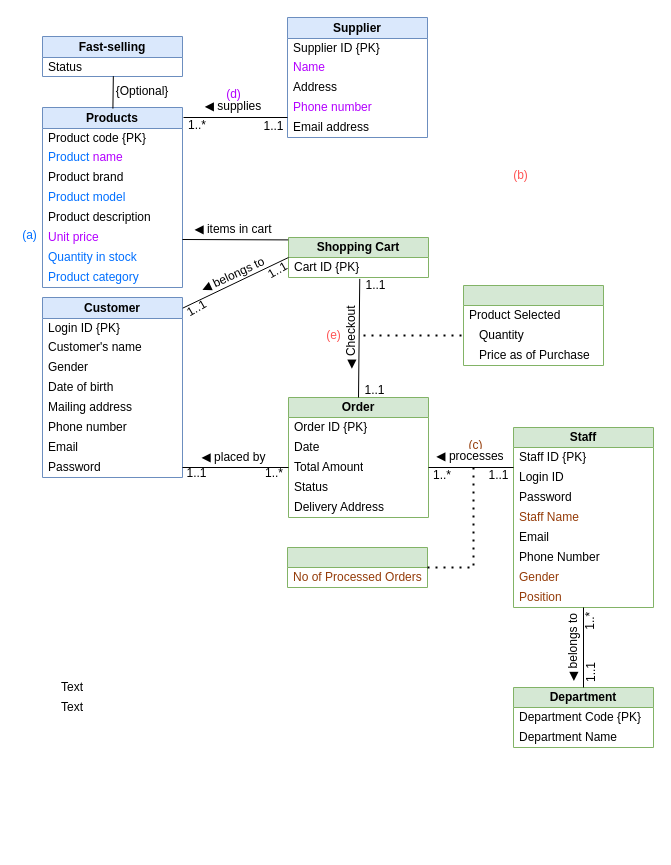
Earlier version of the draw.io diagram Assignment_1.drawio (shadowngks/DBMS). Source tidied: cells renumbered, new cells numbered last; positions are measured from the earlier drawing's top-left corner, leaving out a move shared by most shapes. Both pictures are drawn from the tidied source at 100%, with x=0, y=0 at pixel (17, 17).
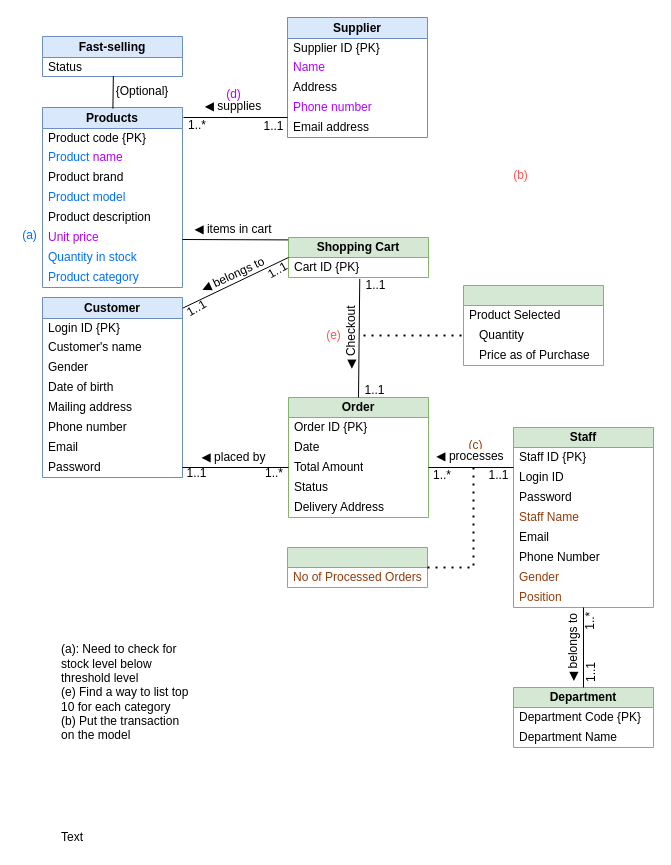
After the change.

Commit message:
Added requirements for unfinished transactions

Change to the diagram source:
```diff
@@
-    <mxCell id="48" value="Text" style="text;html=1;align=left;verticalAlign=middle;whiteSpace=wrap;rounded=0;spacingLeft=4;" parent="1" vertex="1">
-      <mxGeometry x="37.5" y="660" width="140" height="20" as="geometry" />
+    <mxCell id="48" value="(a): Need to check for stock level below threshold level&lt;div&gt;(e) Find a way to list top 10 for each category&lt;/div&gt;&lt;div&gt;(b) Put the transaction on the model&lt;/div&gt;" style="text;html=1;align=left;verticalAlign=middle;whiteSpace=wrap;rounded=0;spacingLeft=4;" parent="1" vertex="1">
+      <mxGeometry x="37.5" y="610" width="140" height="130" as="geometry" />
     </mxCell>
     <mxCell id="49" value="Text" style="text;html=1;align=left;verticalAlign=middle;whiteSpace=wrap;rounded=0;spacingLeft=4;" parent="1" vertex="1">
-      <mxGeometry x="37.5" y="680" width="140" height="20" as="geometry" />
+      <mxGeometry x="37.5" y="810" width="140" height="20" as="geometry" />
     </mxCell>
```
